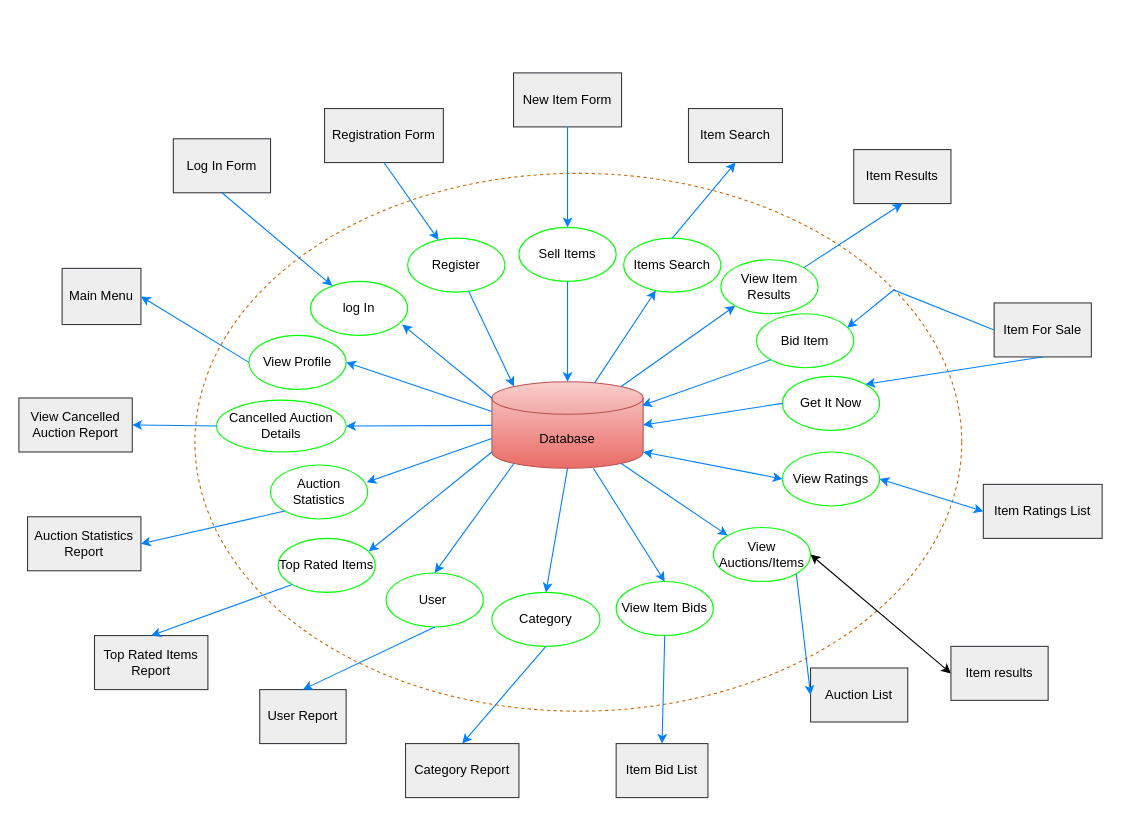
This is IFD_BuzzBid.drawio from jobanyv9/6400_DatbaseDesign, a draw.io file, before an edit. Source tidied: cells renumbered, new cells numbered last; positions are measured from the earlier drawing's top-left corner, leaving out a move shared by most shapes. Both pictures are drawn from the tidied source at 108%, with x=0, y=0 at pixel (18, 72).
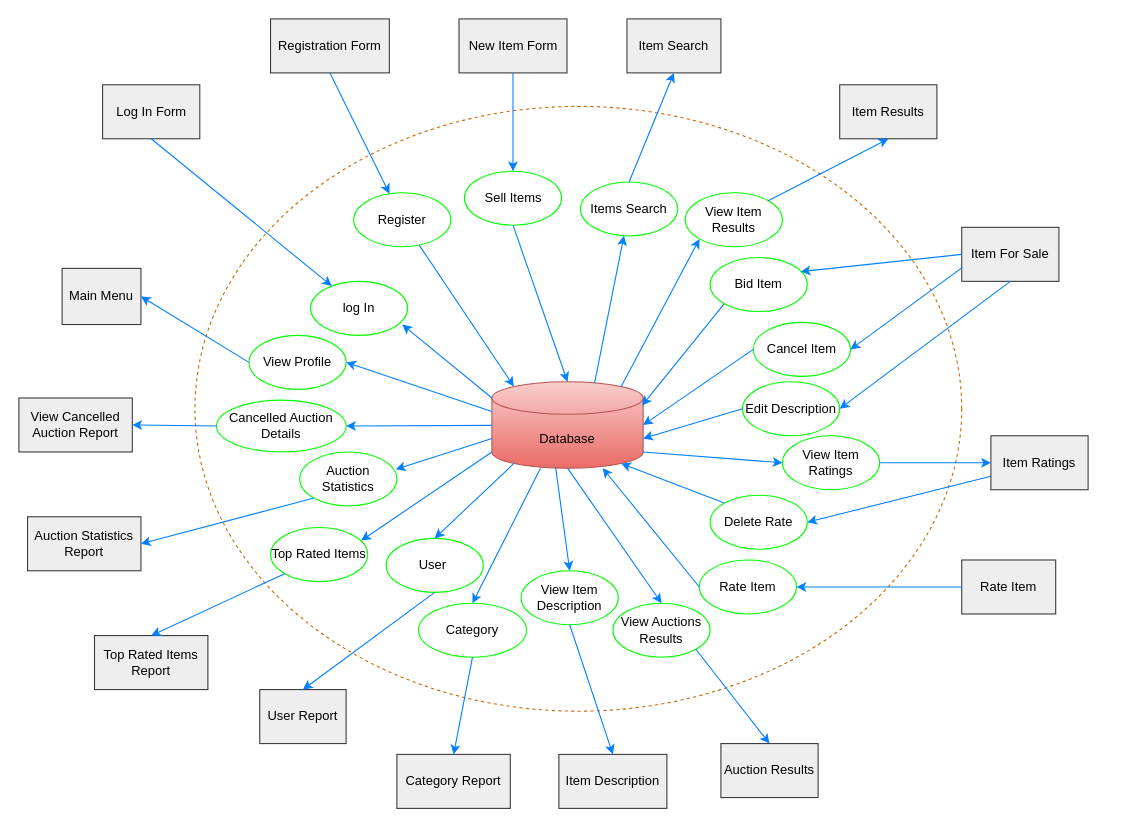
After the change.

Unchanged cells that the change refers to:
```xml
<mxCell id="3" value="Database" style="shape=cylinder3;whiteSpace=wrap;html=1;boundedLbl=1;backgroundOutline=1;size=15;fillColor=#f8cecc;strokeColor=#b85450;gradientColor=#ea6b66;" parent="1" vertex="1">
  <mxGeometry x="438" y="286" width="140" height="80" as="geometry" />
</mxCell>
```

What changed in the source:
```diff
@@
     <mxCell id="2" style="ellipse;whiteSpace=wrap;html=1;fillStyle=hatch;shadow=0;dashed=1;strokeColor=#CC6600;fillColor=none;backgroundOutline=0;" parent="1" vertex="1">
-      <mxGeometry x="163" y="93" width="710" height="498" as="geometry" />
+      <mxGeometry x="163" y="31" width="710" height="560" as="geometry" />
     </mxCell>
@@
     <mxCell id="6" value="Register" style="ellipse;whiteSpace=wrap;html=1;strokeColor=#00FF00;" parent="1" vertex="1">
-      <mxGeometry x="360" y="153" width="90" height="50" as="geometry" />
+      <mxGeometry x="310" y="111" width="90" height="50" as="geometry" />
     </mxCell>
     <mxCell id="7" value="Sell Items" style="ellipse;whiteSpace=wrap;html=1;strokeColor=#00FF00;" parent="1" vertex="1">
-      <mxGeometry x="463" y="143" width="90" height="50" as="geometry" />
+      <mxGeometry x="412.5" y="91" width="90" height="50" as="geometry" />
     </mxCell>
     <mxCell id="8" value="Items Search" style="ellipse;whiteSpace=wrap;html=1;strokeColor=#00FF00;" parent="1" vertex="1">
-      <mxGeometry x="560" y="153" width="90" height="50" as="geometry" />
+      <mxGeometry x="520" y="101" width="90" height="50" as="geometry" />
     </mxCell>
-    <mxCell id="9" value="View Ratings" style="ellipse;whiteSpace=wrap;html=1;strokeColor=#00FF00;" parent="1" vertex="1">
-      <mxGeometry x="707" y="351" width="90" height="50" as="geometry" />
+    <mxCell id="9" value="View Item Ratings" style="ellipse;whiteSpace=wrap;html=1;strokeColor=#00FF00;" parent="1" vertex="1">
+      <mxGeometry x="707" y="336" width="90" height="50" as="geometry" />
     </mxCell>
-    <mxCell id="10" value="View Auctions/Items" style="ellipse;whiteSpace=wrap;html=1;strokeColor=#00FF00;" parent="1" vertex="1">
-      <mxGeometry x="643" y="421" width="90" height="50" as="geometry" />
+    <mxCell id="10" value="View Auctions Results" style="ellipse;whiteSpace=wrap;html=1;strokeColor=#00FF00;" parent="1" vertex="1">
+      <mxGeometry x="550" y="491" width="90" height="50" as="geometry" />
     </mxCell>
     <mxCell id="11" value="Category" style="ellipse;whiteSpace=wrap;html=1;strokeColor=#00FF00;" parent="1" vertex="1">
-      <mxGeometry x="438" y="481" width="100" height="50" as="geometry" />
+      <mxGeometry x="370" y="491" width="100" height="50" as="geometry" />
     </mxCell>
     <mxCell id="12" value="User&amp;nbsp;" style="ellipse;whiteSpace=wrap;html=1;strokeColor=#00FF00;" parent="1" vertex="1">
-      <mxGeometry x="340" y="463" width="90" height="50" as="geometry" />
+      <mxGeometry x="340" y="431" width="90" height="50" as="geometry" />
     </mxCell>
     <mxCell id="13" value="Top Rated Items" style="ellipse;whiteSpace=wrap;html=1;strokeColor=#00FF00;" parent="1" vertex="1">
-      <mxGeometry x="240" y="431" width="90" height="50" as="geometry" />
+      <mxGeometry x="233" y="421" width="90" height="50" as="geometry" />
     </mxCell>
@@
-    <mxCell id="17" style="endArrow=classic;html=1;rounded=0;exitX=0.855;exitY=1;exitDx=0;exitDy=-4.35;exitPerimeter=0;strokeColor=#007FFF;entryX=0;entryY=0;entryDx=0;entryDy=0;" parent="1" edge="1" source="3" target="10">
+    <mxCell id="17" style="endArrow=classic;html=1;rounded=0;exitX=0.5;exitY=1;exitDx=0;exitDy=0;exitPerimeter=0;strokeColor=#007FFF;entryX=0.5;entryY=0;entryDx=0;entryDy=0;" parent="1" edge="1" source="3" target="10">
       <mxGeometry relative="1" as="geometry" />
     </mxCell>
-    <mxCell id="18" style="endArrow=classic;html=1;rounded=0;exitX=0.5;exitY=1;exitDx=0;exitDy=0;exitPerimeter=0;strokeColor=#007FFF;entryX=0.5;entryY=0;entryDx=0;entryDy=0;" parent="1" edge="1" source="3" target="11">
+    <mxCell id="18" style="endArrow=classic;html=1;rounded=0;exitX=0.321;exitY=1;exitDx=0;exitDy=0;exitPerimeter=0;strokeColor=#007FFF;entryX=0.5;entryY=0;entryDx=0;entryDy=0;" parent="1" edge="1" source="3" target="11">
       <mxGeometry relative="1" as="geometry" />
     </mxCell>
@@
     <mxCell id="21" value="Log In Form" style="rounded=0;whiteSpace=wrap;html=1;fillColor=#eeeeee;strokeColor=#36393d;" parent="1" vertex="1">
-      <mxGeometry x="143" y="61" width="90" height="50" as="geometry" />
+      <mxGeometry x="77.5" y="11" width="90" height="50" as="geometry" />
     </mxCell>
@@
     <mxCell id="23" value="Registration Form" style="rounded=0;whiteSpace=wrap;html=1;fillColor=#eeeeee;strokeColor=#36393d;" parent="1" vertex="1">
-      <mxGeometry x="283" y="33" width="110" height="50" as="geometry" />
+      <mxGeometry x="233" y="-50" width="110" height="50" as="geometry" />
     </mxCell>
@@
     <mxCell id="25" value="New Item Form" style="rounded=0;whiteSpace=wrap;html=1;fillColor=#eeeeee;strokeColor=#36393d;" parent="1" vertex="1">
-      <mxGeometry x="458" width="100" height="50" as="geometry" />
+      <mxGeometry x="407.5" y="-50" width="100" height="50" as="geometry" />
     </mxCell>
@@
     <mxCell id="27" value="Item Search" style="rounded=0;whiteSpace=wrap;html=1;fillColor=#eeeeee;strokeColor=#36393d;" parent="1" vertex="1">
-      <mxGeometry x="620" y="33" width="87" height="50" as="geometry" />
+      <mxGeometry x="563" y="-50" width="87" height="50" as="geometry" />
     </mxCell>
     <mxCell id="28" value="Item For Sale" style="rounded=0;whiteSpace=wrap;html=1;fillColor=#eeeeee;strokeColor=#36393d;" parent="1" vertex="1">
-      <mxGeometry x="903" y="213" width="90" height="50" as="geometry" />
+      <mxGeometry x="873" y="143" width="90" height="50" as="geometry" />
     </mxCell>
@@
     <mxCell id="30" value="Bid Item" style="ellipse;whiteSpace=wrap;html=1;strokeColor=#00FF00;" parent="1" vertex="1">
-      <mxGeometry x="683" y="223" width="90" height="50" as="geometry" />
+      <mxGeometry x="640" y="171" width="90" height="50" as="geometry" />
     </mxCell>
@@
-    <mxCell id="32" style="endArrow=classic;startArrow=classic;html=1;rounded=0;exitX=1;exitY=1;exitDx=0;exitDy=-15;exitPerimeter=0;entryX=0;entryY=0.5;entryDx=0;entryDy=0;strokeColor=#007FFF;" parent="1" edge="1" source="3" target="9">
-      <mxGeometry relative="1" as="geometry" />
-    </mxCell>
-    <mxCell id="33" value="Get It Now" style="ellipse;whiteSpace=wrap;html=1;strokeColor=#00FF00;" parent="1" vertex="1">
-      <mxGeometry x="707" y="281" width="90" height="50" as="geometry" />
+    <mxCell id="33" value="Cancel Item" style="ellipse;whiteSpace=wrap;html=1;strokeColor=#00FF00;" parent="1" vertex="1">
+      <mxGeometry x="680" y="231" width="90" height="50" as="geometry" />
     </mxCell>
-    <mxCell id="34" style="endArrow=classic;html=1;rounded=0;entryX=0.933;entryY=0.26;entryDx=0;entryDy=0;entryPerimeter=0;exitX=0;exitY=0.5;exitDx=0;exitDy=0;strokeColor=#007FFF;" parent="1" edge="1" source="28" target="30">
-      <mxGeometry relative="1" as="geometry">
-        <Array as="points">
-          <mxPoint x="810" y="201" />
-        </Array>
-      </mxGeometry>
+    <mxCell id="34" style="endArrow=classic;html=1;rounded=0;entryX=0.933;entryY=0.26;entryDx=0;entryDy=0;entryPerimeter=0;strokeColor=#007FFF;exitX=0;exitY=0.5;exitDx=0;exitDy=0;" parent="1" edge="1" source="28" target="30">
+      <mxGeometry relative="1" as="geometry" />
     </mxCell>
@@
-    <mxCell id="37" style="endArrow=classic;html=1;rounded=0;entryX=1;entryY=0;entryDx=0;entryDy=0;exitX=0.5;exitY=1;exitDx=0;exitDy=0;strokeColor=#007FFF;" parent="1" edge="1" source="28" target="33">
+    <mxCell id="37" style="endArrow=classic;html=1;rounded=0;entryX=1;entryY=0.5;entryDx=0;entryDy=0;exitX=0;exitY=0.75;exitDx=0;exitDy=0;strokeColor=#007FFF;" parent="1" edge="1" source="28" target="33">
       <mxGeometry relative="1" as="geometry" />
     </mxCell>
-    <mxCell id="38" value="Item Ratings List" style="rounded=0;whiteSpace=wrap;html=1;fillColor=#eeeeee;strokeColor=#36393d;" parent="1" vertex="1">
-      <mxGeometry x="893" y="381" width="110" height="50" as="geometry" />
+    <mxCell id="38" value="Rate Item" style="rounded=0;whiteSpace=wrap;html=1;fillColor=#eeeeee;strokeColor=#36393d;" parent="1" vertex="1">
+      <mxGeometry x="873" y="451" width="87" height="50" as="geometry" />
     </mxCell>
-    <mxCell id="39" style="endArrow=classic;startArrow=classic;html=1;rounded=0;entryX=0;entryY=0.5;entryDx=0;entryDy=0;exitX=1;exitY=0.5;exitDx=0;exitDy=0;strokeColor=#007FFF;" parent="1" edge="1" source="9" target="38">
-      <mxGeometry relative="1" as="geometry" />
-    </mxCell>
-    <mxCell id="40" value="Auction List" style="rounded=0;whiteSpace=wrap;html=1;fillColor=#eeeeee;strokeColor=#36393d;" parent="1" vertex="1">
-      <mxGeometry x="733" y="551" width="90" height="50" as="geometry" />
+    <mxCell id="40" value="Item Description" style="rounded=0;whiteSpace=wrap;html=1;fillColor=#eeeeee;strokeColor=#36393d;" parent="1" vertex="1">
+      <mxGeometry x="500" y="631" width="100" height="50" as="geometry" />
     </mxCell>
-    <mxCell id="41" style="endArrow=classic;html=1;rounded=0;exitX=1;exitY=1;exitDx=0;exitDy=0;strokeColor=#007FFF;entryX=0;entryY=0.5;entryDx=0;entryDy=0;" parent="1" edge="1" source="10" target="40">
-      <mxGeometry relative="1" as="geometry" />
-    </mxCell>
-    <mxCell id="42" value="View Item Bids" style="ellipse;whiteSpace=wrap;html=1;strokeColor=#00FF00;" parent="1" vertex="1">
-      <mxGeometry x="553" y="471" width="90" height="50" as="geometry" />
-    </mxCell>
-    <mxCell id="43" value="Item Bid List" style="rounded=0;whiteSpace=wrap;html=1;fillColor=#eeeeee;strokeColor=#36393d;" parent="1" vertex="1">
-      <mxGeometry x="553" y="621" width="85" height="50" as="geometry" />
-    </mxCell>
-    <mxCell id="44" style="endArrow=classic;html=1;rounded=0;strokeColor=#007FFF;entryX=0.5;entryY=0;entryDx=0;entryDy=0;exitX=0.5;exitY=1;exitDx=0;exitDy=0;" parent="1" edge="1" source="42" target="43">
-      <mxGeometry relative="1" as="geometry" />
-    </mxCell>
-    <mxCell id="45" style="endArrow=classic;html=1;rounded=0;exitX=0.671;exitY=1;exitDx=0;exitDy=0;strokeColor=#007FFF;entryX=0.5;entryY=0;entryDx=0;entryDy=0;exitPerimeter=0;" parent="1" edge="1" source="3" target="42">
-      <mxGeometry relative="1" as="geometry" />
-    </mxCell>
     <mxCell id="46" value="Category Report" style="rounded=0;whiteSpace=wrap;html=1;fillColor=#eeeeee;strokeColor=#36393d;" parent="1" vertex="1">
-      <mxGeometry x="358" y="621" width="105" height="50" as="geometry" />
+      <mxGeometry x="350" y="631" width="105" height="50" as="geometry" />
     </mxCell>
@@
     <mxCell id="52" value="Auction Statistics" style="ellipse;whiteSpace=wrap;html=1;strokeColor=#00FF00;" parent="1" vertex="1">
-      <mxGeometry x="233" y="363" width="90" height="50" as="geometry" />
+      <mxGeometry x="260" y="351" width="90" height="50" as="geometry" />
     </mxCell>
@@
-    <mxCell id="58" style="endArrow=classic;startArrow=classic;html=1;rounded=0;exitX=1;exitY=0.5;exitDx=0;exitDy=0;entryX=0;entryY=0.5;entryDx=0;entryDy=0;" parent="1" edge="1" source="10" target="59">
-      <mxGeometry relative="1" as="geometry" />
-    </mxCell>
-    <mxCell id="59" value="Item results" style="rounded=0;whiteSpace=wrap;html=1;fillColor=#eeeeee;strokeColor=#36393d;" parent="1" vertex="1">
-      <mxGeometry x="863" y="531" width="90" height="50" as="geometry" />
+    <mxCell id="59" value="Auction Results" style="rounded=0;whiteSpace=wrap;html=1;fillColor=#eeeeee;strokeColor=#36393d;" parent="1" vertex="1">
+      <mxGeometry x="650" y="621" width="90" height="50" as="geometry" />
     </mxCell>
@@
     <mxCell id="64" value="Item Results" style="rounded=0;whiteSpace=wrap;html=1;fillColor=#eeeeee;strokeColor=#36393d;" parent="1" vertex="1">
-      <mxGeometry x="773" y="71" width="90" height="50" as="geometry" />
+      <mxGeometry x="760" y="11" width="90" height="50" as="geometry" />
     </mxCell>
@@
     <mxCell id="66" value="View Item Results" style="ellipse;whiteSpace=wrap;html=1;strokeColor=#00FF00;" parent="1" vertex="1">
-      <mxGeometry x="650" y="173" width="90" height="50" as="geometry" />
+      <mxGeometry x="617" y="111" width="90" height="50" as="geometry" />
     </mxCell>
@@
+    <mxCell id="69" value="Edit Description" style="ellipse;whiteSpace=wrap;html=1;strokeColor=#00FF00;" parent="1" vertex="1">
+      <mxGeometry x="670" y="286" width="90" height="50" as="geometry" />
+    </mxCell>
+    <mxCell id="70" style="endArrow=classic;html=1;rounded=0;entryX=1;entryY=0.5;entryDx=0;entryDy=0;exitX=0.5;exitY=1;exitDx=0;exitDy=0;strokeColor=#007FFF;" parent="1" edge="1" source="28" target="69">
+      <mxGeometry relative="1" as="geometry" />
+    </mxCell>
+    <mxCell id="71" style="endArrow=classic;html=1;rounded=0;entryX=1;entryY=0;entryDx=0;entryDy=52.5;entryPerimeter=0;exitX=0;exitY=0.5;exitDx=0;exitDy=0;strokeColor=#007FFF;" parent="1" edge="1" source="69" target="3">
+      <mxGeometry relative="1" as="geometry" />
+    </mxCell>
+    <mxCell id="72" value="Delete Rate" style="ellipse;whiteSpace=wrap;html=1;strokeColor=#00FF00;" parent="1" vertex="1">
+      <mxGeometry x="640" y="391" width="90" height="50" as="geometry" />
+    </mxCell>
+    <mxCell id="73" value="Rate Item" style="ellipse;whiteSpace=wrap;html=1;strokeColor=#00FF00;" parent="1" vertex="1">
+      <mxGeometry x="630" y="451" width="90" height="50" as="geometry" />
+    </mxCell>
+    <mxCell id="32" style="endArrow=classic;html=1;rounded=0;exitX=1;exitY=1;exitDx=0;exitDy=-15;exitPerimeter=0;curved=0;strokeColor=#007FFF;entryX=0;entryY=0.5;entryDx=0;entryDy=0;" parent="1" edge="1" source="3" target="9">
+      <mxGeometry relative="1" as="geometry" />
+    </mxCell>
+    <mxCell id="74" style="endArrow=classic;html=1;rounded=0;exitX=1;exitY=0.5;exitDx=0;exitDy=0;curved=0;strokeColor=#007FFF;entryX=0;entryY=0.5;entryDx=0;entryDy=0;" parent="1" edge="1" source="9" target="79">
+      <mxGeometry relative="1" as="geometry" />
+    </mxCell>
+    <mxCell id="75" style="endArrow=classic;html=1;rounded=0;entryX=1;entryY=0.5;entryDx=0;entryDy=0;exitX=0;exitY=0.75;exitDx=0;exitDy=0;strokeColor=#007FFF;" parent="1" edge="1" source="79" target="72">
+      <mxGeometry relative="1" as="geometry" />
+    </mxCell>
+    <mxCell id="76" style="endArrow=classic;html=1;rounded=0;entryX=0.855;entryY=1;entryDx=0;entryDy=-4.35;exitX=0;exitY=0;exitDx=0;exitDy=0;strokeColor=#007FFF;entryPerimeter=0;" parent="1" edge="1" source="72" target="3">
+      <mxGeometry relative="1" as="geometry" />
+    </mxCell>
+    <mxCell id="77" style="endArrow=classic;html=1;rounded=0;exitX=0;exitY=0.5;exitDx=0;exitDy=0;strokeColor=#007FFF;" parent="1" edge="1" source="73" target="3">
+      <mxGeometry relative="1" as="geometry" />
+    </mxCell>
+    <mxCell id="78" style="endArrow=classic;html=1;rounded=0;entryX=1;entryY=0.5;entryDx=0;entryDy=0;exitX=0;exitY=0.5;exitDx=0;exitDy=0;strokeColor=#007FFF;" parent="1" edge="1" source="38" target="73">
+      <mxGeometry relative="1" as="geometry" />
+    </mxCell>
+    <mxCell id="79" value="Item Ratings" style="rounded=0;whiteSpace=wrap;html=1;fillColor=#eeeeee;strokeColor=#36393d;" parent="1" vertex="1">
+      <mxGeometry x="900" y="336" width="90" height="50" as="geometry" />
+    </mxCell>
+    <mxCell id="58" style="endArrow=classic;html=1;rounded=0;exitX=1;exitY=1;exitDx=0;exitDy=0;strokeColor=#007FFF;entryX=0.5;entryY=0;entryDx=0;entryDy=0;" parent="1" edge="1" source="10" target="59">
+      <mxGeometry relative="1" as="geometry" />
+    </mxCell>
+    <mxCell id="80" value="View Item Description" style="ellipse;whiteSpace=wrap;html=1;strokeColor=#00FF00;" parent="1" vertex="1">
+      <mxGeometry x="465" y="461" width="90" height="50" as="geometry" />
+    </mxCell>
+    <mxCell id="81" style="endArrow=classic;html=1;rounded=0;exitX=0.421;exitY=0.988;exitDx=0;exitDy=0;exitPerimeter=0;strokeColor=#007FFF;entryX=0.5;entryY=0;entryDx=0;entryDy=0;" parent="1" edge="1" source="3" target="80">
+      <mxGeometry relative="1" as="geometry" />
+    </mxCell>
+    <mxCell id="82" style="endArrow=classic;html=1;rounded=0;exitX=0.5;exitY=1;exitDx=0;exitDy=0;strokeColor=#007FFF;entryX=0.5;entryY=0;entryDx=0;entryDy=0;" parent="1" edge="1" source="80" target="40">
+      <mxGeometry relative="1" as="geometry" />
+    </mxCell>
```
